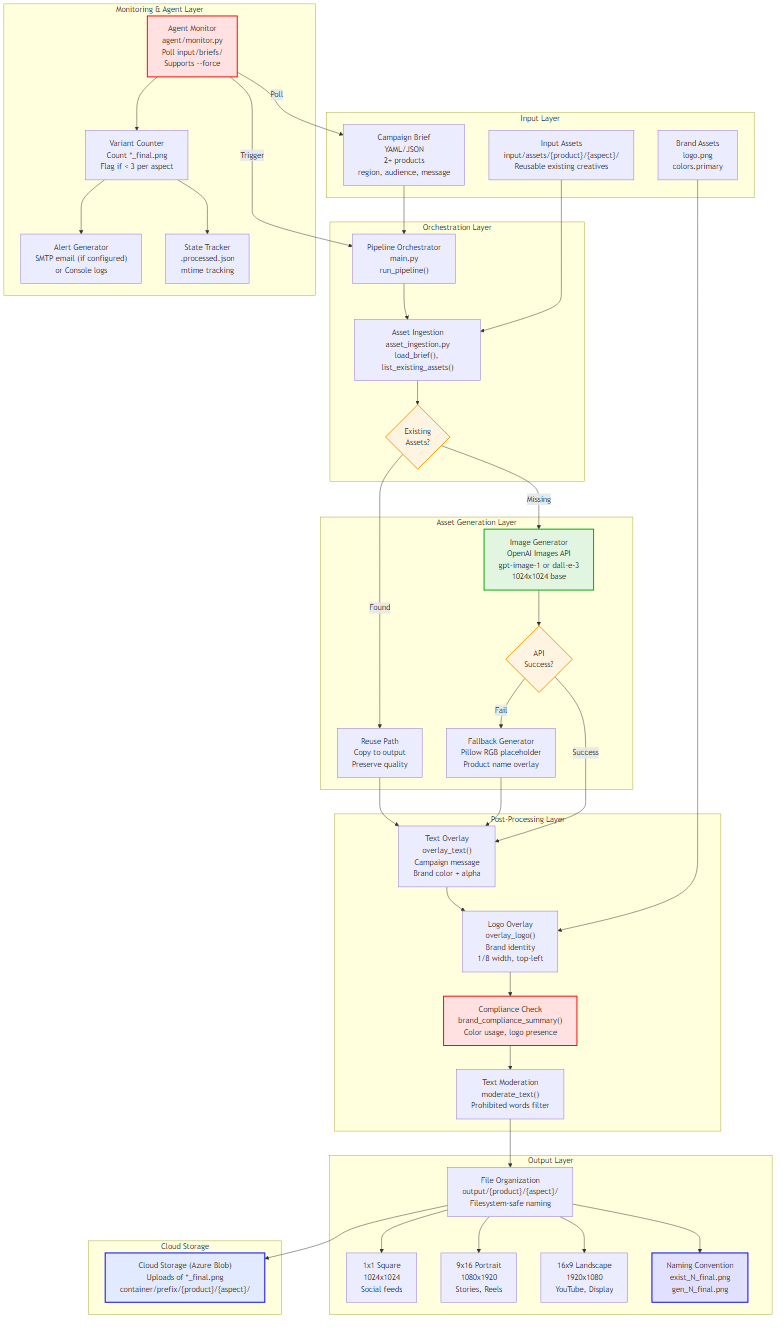
serapsen/ai-automation keeps this Mermaid diagram as docs/architecture_diagram.png. Above is the earlier version. Its source is kept beside it as docs/architecture_diagram.mmd.
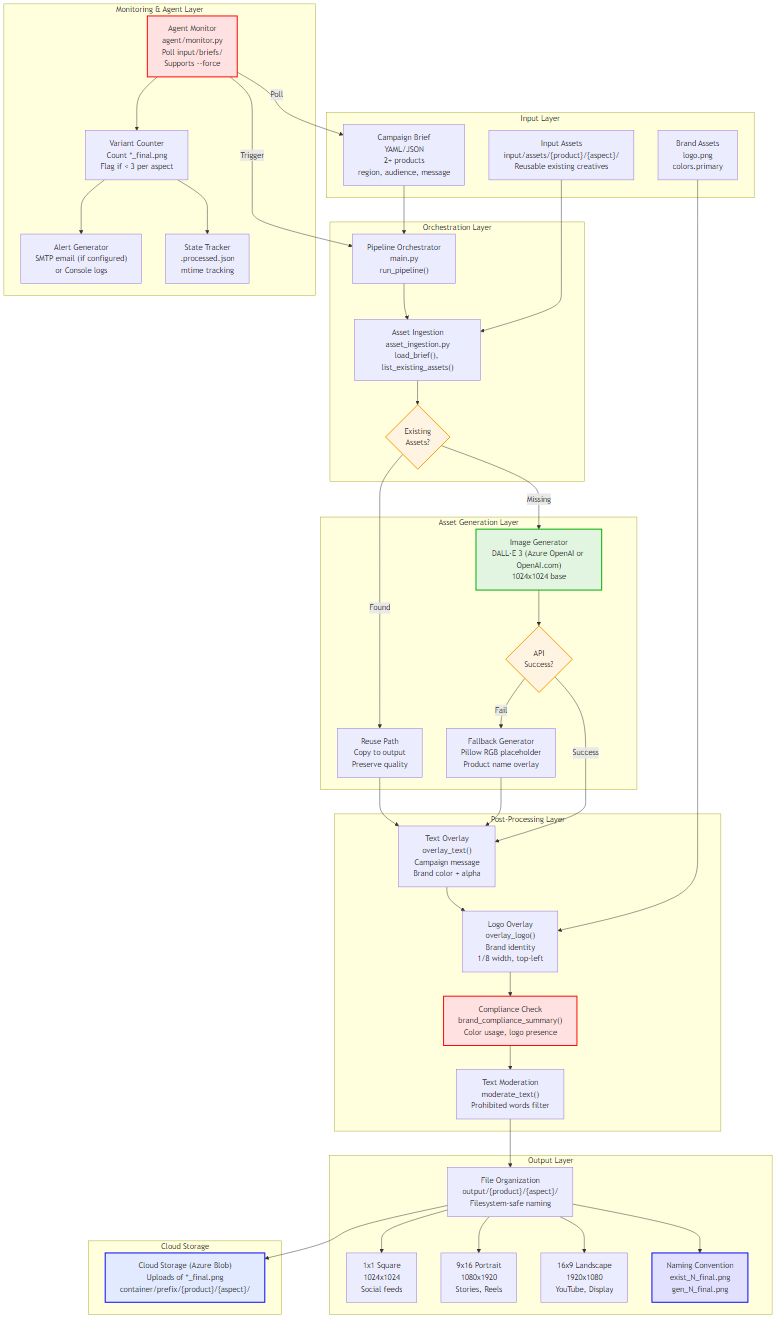
After the change.

Commit message:
updated docs with dall-e-3 model

What changed in the source:
```diff
@@ -13,7 +13,7 @@
 
   subgraph "Asset Generation Layer"
     G["Reuse Path<br/>Copy to output<br/>Preserve quality"]
-    H["Image Generator<br/>OpenAI Images API<br/>gpt-image-1 or dall-e-3<br/>1024x1024 base"]
+    H["Image Generator<br/>DALL·E 3 (Azure OpenAI or OpenAI.com)<br/>1024x1024 base"]
     I{"API<br/>Success?"}
     J["Fallback Generator<br/>Pillow RGB placeholder<br/>Product name overlay"]
   end
```
